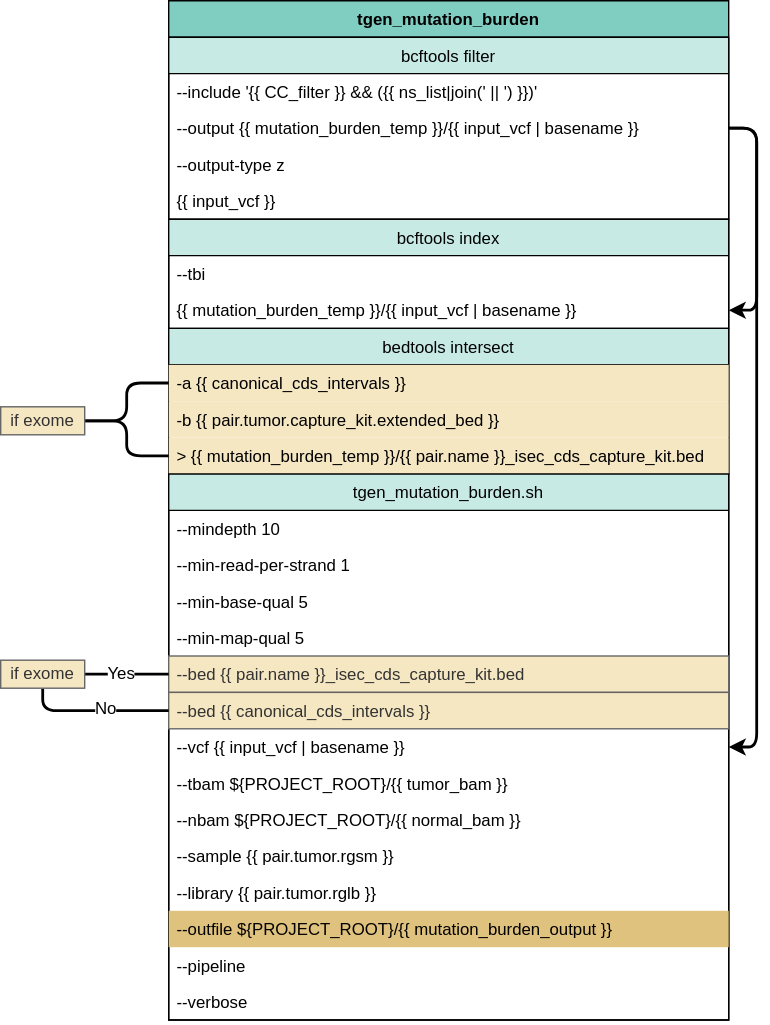
Above: docs/source/phoenix/workflows/embed/Metrics_mutation_burden.svg in bryce-turner/tgen-jetstream-docs (draw.io), before the change. Source tidied: cells renumbered, new cells last; positions are measured from the earlier drawing's top-left corner, leaving out a move shared by most shapes. The source it was exported from:
```xml
<mxGraphModel>
  <root>
    <mxCell id="0" />
    <mxCell id="1" parent="0" />
    <mxCell id="2" value="tgen_mutation_burden" style="swimlane;fontStyle=1;horizontal=1;startSize=26;fillColor=#80cdc1;direction=east;" parent="1" vertex="1">
      <mxGeometry x="120" width="400" height="728" as="geometry" />
    </mxCell>
    <mxCell id="3" value="bcftools filter" style="swimlane;fontStyle=0;horizontal=1;startSize=26;fillColor=#c7eae5;" parent="2" vertex="1">
      <mxGeometry y="26" width="400" height="130" as="geometry" />
    </mxCell>
    <mxCell id="4" value="--include '{{ CC_filter }} &amp;&amp; ({{ ns_list|join(' || ') }})'" style="text;strokeColor=none;fillColor=none;align=left;verticalAlign=top;spacingLeft=4;spacingRight=4;overflow=hidden;" parent="3" vertex="1">
      <mxGeometry y="26" width="400" height="26" as="geometry" />
    </mxCell>
    <mxCell id="5" value="--output {{ mutation_burden_temp }}/{{ input_vcf | basename }}" style="text;strokeColor=none;fillColor=none;align=left;verticalAlign=top;spacingLeft=4;spacingRight=4;overflow=hidden;points=[[0,0.5],[1,0.5]];portConstraint=eastwest;" parent="3" vertex="1">
      <mxGeometry y="52" width="400" height="26" as="geometry" />
    </mxCell>
    <mxCell id="6" value="--output-type z" style="text;strokeColor=none;fillColor=none;align=left;verticalAlign=top;spacingLeft=4;spacingRight=4;overflow=hidden;" parent="3" vertex="1">
      <mxGeometry y="78" width="400" height="26" as="geometry" />
    </mxCell>
    <mxCell id="7" value="{{ input_vcf }}" style="text;strokeColor=none;fillColor=none;align=left;verticalAlign=top;spacingLeft=4;spacingRight=4;overflow=hidden;points=[[0,0.5],[1,0.5]];portConstraint=eastwest;" parent="3" vertex="1">
      <mxGeometry y="104" width="400" height="26" as="geometry" />
    </mxCell>
    <mxCell id="8" value="bcftools index" style="swimlane;fontStyle=0;horizontal=1;startSize=26;fillColor=#c7eae5;" parent="2" vertex="1">
      <mxGeometry y="156" width="400" height="78" as="geometry" />
    </mxCell>
    <mxCell id="9" value="--tbi" style="text;strokeColor=none;fillColor=none;align=left;verticalAlign=top;spacingLeft=4;spacingRight=4;overflow=hidden;" parent="8" vertex="1">
      <mxGeometry y="26" width="400" height="26" as="geometry" />
    </mxCell>
    <mxCell id="10" value="{{ mutation_burden_temp }}/{{ input_vcf | basename }}" style="text;strokeColor=none;fillColor=none;align=left;verticalAlign=top;spacingLeft=4;spacingRight=4;overflow=hidden;points=[[0,0.5],[1,0.5]];portConstraint=eastwest;" parent="8" vertex="1">
      <mxGeometry y="52" width="400" height="26" as="geometry" />
    </mxCell>
    <mxCell id="11" value="bedtools intersect" style="swimlane;fontStyle=0;horizontal=1;startSize=26;fillColor=#c7eae5;" parent="2" vertex="1">
      <mxGeometry y="234" width="400" height="104" as="geometry" />
    </mxCell>
    <mxCell id="12" value="-a {{ canonical_cds_intervals }}" style="text;strokeColor=none;fillColor=#f6e7c3;align=left;verticalAlign=top;spacingLeft=4;spacingRight=4;overflow=hidden;points=[[0,0.5],[1,0.5]];portConstraint=eastwest;" parent="11" vertex="1">
      <mxGeometry y="26" width="400" height="26" as="geometry" />
    </mxCell>
    <mxCell id="13" value="-b {{ pair.tumor.capture_kit.extended_bed }}" style="text;strokeColor=none;fillColor=#f6e7c3;align=left;verticalAlign=top;spacingLeft=4;spacingRight=4;overflow=hidden;" parent="11" vertex="1">
      <mxGeometry y="52" width="400" height="26" as="geometry" />
    </mxCell>
    <mxCell id="14" value="&gt; {{ mutation_burden_temp }}/{{ pair.name }}_isec_cds_capture_kit.bed" style="text;strokeColor=none;fillColor=#f6e7c3;align=left;verticalAlign=top;spacingLeft=4;spacingRight=4;overflow=hidden;points=[[0,0.5],[1,0.5]];portConstraint=eastwest;" parent="11" vertex="1">
      <mxGeometry y="78" width="400" height="26" as="geometry" />
    </mxCell>
    <mxCell id="15" value="tgen_mutation_burden.sh" style="swimlane;fontStyle=0;horizontal=1;startSize=26;fillColor=#c7eae5;" parent="2" vertex="1">
      <mxGeometry y="338" width="400" height="390" as="geometry" />
    </mxCell>
    <mxCell id="16" value="--mindepth 10" style="text;strokeColor=none;fillColor=none;align=left;verticalAlign=top;spacingLeft=4;spacingRight=4;overflow=hidden;" parent="15" vertex="1">
      <mxGeometry y="26" width="400" height="26" as="geometry" />
    </mxCell>
    <mxCell id="17" value="--min-read-per-strand 1" style="text;strokeColor=none;fillColor=none;align=left;verticalAlign=top;spacingLeft=4;spacingRight=4;overflow=hidden;" parent="15" vertex="1">
      <mxGeometry y="52" width="400" height="26" as="geometry" />
    </mxCell>
    <mxCell id="18" value="--min-base-qual 5" style="text;strokeColor=none;fillColor=none;align=left;verticalAlign=top;spacingLeft=4;spacingRight=4;overflow=hidden;" parent="15" vertex="1">
      <mxGeometry y="78" width="400" height="26" as="geometry" />
    </mxCell>
    <mxCell id="19" value="--min-map-qual 5" style="text;strokeColor=none;fillColor=none;align=left;verticalAlign=top;spacingLeft=4;spacingRight=4;overflow=hidden;" parent="15" vertex="1">
      <mxGeometry y="104" width="400" height="26" as="geometry" />
    </mxCell>
    <mxCell id="20" value="--bed {{ pair.name }}_isec_cds_capture_kit.bed" style="text;strokeColor=#666666;fillColor=#f6e7c3;align=left;verticalAlign=top;spacingLeft=4;spacingRight=4;overflow=hidden;points=[[0,0.5],[1,0.5]];portConstraint=eastwest;fontColor=#333333;" parent="15" vertex="1">
      <mxGeometry y="130" width="400" height="26" as="geometry" />
    </mxCell>
    <mxCell id="21" value="--bed {{ canonical_cds_intervals }}" style="text;strokeColor=#666666;fillColor=#f6e7c3;align=left;verticalAlign=top;spacingLeft=4;spacingRight=4;overflow=hidden;points=[[0,0.5],[1,0.5]];portConstraint=eastwest;fontColor=#333333;" parent="15" vertex="1">
      <mxGeometry y="156" width="400" height="26" as="geometry" />
    </mxCell>
    <mxCell id="22" value="--vcf {{ input_vcf | basename }}" style="text;strokeColor=none;fillColor=none;align=left;verticalAlign=top;spacingLeft=4;spacingRight=4;overflow=hidden;points=[[0,0.5],[1,0.5]];portConstraint=eastwest;" parent="15" vertex="1">
      <mxGeometry y="182" width="400" height="26" as="geometry" />
    </mxCell>
    <mxCell id="23" value="--tbam ${PROJECT_ROOT}/{{ tumor_bam }}" style="text;strokeColor=none;fillColor=none;align=left;verticalAlign=top;spacingLeft=4;spacingRight=4;overflow=hidden;" parent="15" vertex="1">
      <mxGeometry y="208" width="400" height="26" as="geometry" />
    </mxCell>
    <mxCell id="24" value="--nbam ${PROJECT_ROOT}/{{ normal_bam }}" style="text;strokeColor=none;fillColor=none;align=left;verticalAlign=top;spacingLeft=4;spacingRight=4;overflow=hidden;" parent="15" vertex="1">
      <mxGeometry y="234" width="400" height="26" as="geometry" />
    </mxCell>
    <mxCell id="25" value="--sample {{ pair.tumor.rgsm }}" style="text;strokeColor=none;fillColor=none;align=left;verticalAlign=top;spacingLeft=4;spacingRight=4;overflow=hidden;" parent="15" vertex="1">
      <mxGeometry y="260" width="400" height="26" as="geometry" />
    </mxCell>
    <mxCell id="26" value="--library {{ pair.tumor.rglb }}" style="text;strokeColor=none;fillColor=none;align=left;verticalAlign=top;spacingLeft=4;spacingRight=4;overflow=hidden;" parent="15" vertex="1">
      <mxGeometry y="286" width="400" height="26" as="geometry" />
    </mxCell>
    <mxCell id="27" value="--outfile ${PROJECT_ROOT}/{{ mutation_burden_output }}" style="text;strokeColor=none;fillColor=#dfc27d;align=left;verticalAlign=top;spacingLeft=4;spacingRight=4;overflow=hidden;" parent="15" vertex="1">
      <mxGeometry y="312" width="400" height="26" as="geometry" />
    </mxCell>
    <mxCell id="28" value="--pipeline" style="text;strokeColor=none;fillColor=none;align=left;verticalAlign=top;spacingLeft=4;spacingRight=4;overflow=hidden;" parent="15" vertex="1">
      <mxGeometry y="338" width="400" height="26" as="geometry" />
    </mxCell>
    <mxCell id="29" value="--verbose" style="text;strokeColor=none;fillColor=none;align=left;verticalAlign=top;spacingLeft=4;spacingRight=4;overflow=hidden;" parent="15" vertex="1">
      <mxGeometry y="364" width="400" height="26" as="geometry" />
    </mxCell>
    <mxCell id="30" style="edgeStyle=orthogonalEdgeStyle;rounded=0;orthogonalLoop=1;jettySize=auto;html=1;exitX=0;exitY=0.5;exitDx=0;exitDy=0;entryX=0;entryY=0.5;entryDx=0;entryDy=0;startArrow=none;startFill=0;endArrow=classic;endFill=1;" parent="2" edge="1">
      <mxGeometry relative="1" as="geometry">
        <mxPoint y="195" as="sourcePoint" />
      </mxGeometry>
    </mxCell>
    <mxCell id="31" style="edgeStyle=orthogonalEdgeStyle;rounded=1;jettySize=auto;html=1;exitX=1;exitY=0.5;exitDx=0;exitDy=0;startArrow=none;startFill=0;endArrow=classic;endFill=1;strokeWidth=2;" parent="2" edge="1" source="5" target="10">
      <mxGeometry relative="1" as="geometry" />
    </mxCell>
    <mxCell id="32" style="edgeStyle=orthogonalEdgeStyle;rounded=1;jettySize=auto;html=1;exitX=1;exitY=0.5;exitDx=0;exitDy=0;entryX=1;entryY=0.5;entryDx=0;entryDy=0;endArrow=classic;endFill=1;strokeWidth=2;" parent="2" edge="1" source="5" target="22">
      <mxGeometry relative="1" as="geometry" />
    </mxCell>
    <mxCell id="33" style="edgeStyle=orthogonalEdgeStyle;rounded=1;jettySize=auto;html=1;exitX=1;exitY=0.5;exitDx=0;exitDy=0;entryX=0;entryY=0.5;entryDx=0;entryDy=0;endArrow=none;endFill=0;strokeWidth=2;" parent="1" edge="1" source="35" target="12">
      <mxGeometry relative="1" as="geometry" />
    </mxCell>
    <mxCell id="34" style="edgeStyle=orthogonalEdgeStyle;rounded=1;jettySize=auto;html=1;exitX=1;exitY=0.5;exitDx=0;exitDy=0;entryX=0;entryY=0.5;entryDx=0;entryDy=0;endArrow=none;endFill=0;strokeWidth=2;" parent="1" edge="1" source="35" target="14">
      <mxGeometry relative="1" as="geometry" />
    </mxCell>
    <mxCell id="35" value="if exome" style="whiteSpace=wrap;html=1;fillColor=#f6e7c3;strokeColor=#666666;fontColor=#333333;" parent="1" vertex="1">
      <mxGeometry y="290" width="60" height="20" as="geometry" />
    </mxCell>
    <mxCell id="36" style="edgeStyle=orthogonalEdgeStyle;rounded=1;jettySize=auto;html=1;exitX=1;exitY=0.5;exitDx=0;exitDy=0;entryX=0;entryY=0.5;entryDx=0;entryDy=0;endArrow=none;endFill=0;strokeWidth=2;" parent="1" edge="1" source="40" target="20">
      <mxGeometry relative="1" as="geometry" />
    </mxCell>
    <mxCell id="37" value="Yes" style="edgeLabel;html=1;align=center;verticalAlign=middle;fontSize=12;" parent="36" vertex="1">
      <mxGeometry x="-0.17" y="1" relative="1" as="geometry" />
    </mxCell>
    <mxCell id="38" style="edgeStyle=orthogonalEdgeStyle;rounded=1;jettySize=auto;html=1;exitX=0.5;exitY=1;exitDx=0;exitDy=0;entryX=0;entryY=0.5;entryDx=0;entryDy=0;endArrow=none;endFill=0;strokeWidth=2;" parent="1" edge="1" source="40" target="21">
      <mxGeometry relative="1" as="geometry">
        <Array as="points">
          <mxPoint x="30" y="507" />
        </Array>
      </mxGeometry>
    </mxCell>
    <mxCell id="39" value="No" style="edgeLabel;html=1;align=center;verticalAlign=middle;fontSize=12;" parent="38" vertex="1">
      <mxGeometry x="0.13" y="2" relative="1" as="geometry" />
    </mxCell>
    <mxCell id="40" value="if exome" style="whiteSpace=wrap;html=1;fillColor=#f6e7c3;strokeColor=#666666;fontColor=#333333;" parent="1" vertex="1">
      <mxGeometry y="471" width="60" height="20" as="geometry" />
    </mxCell>
  </root>
</mxGraphModel>
```
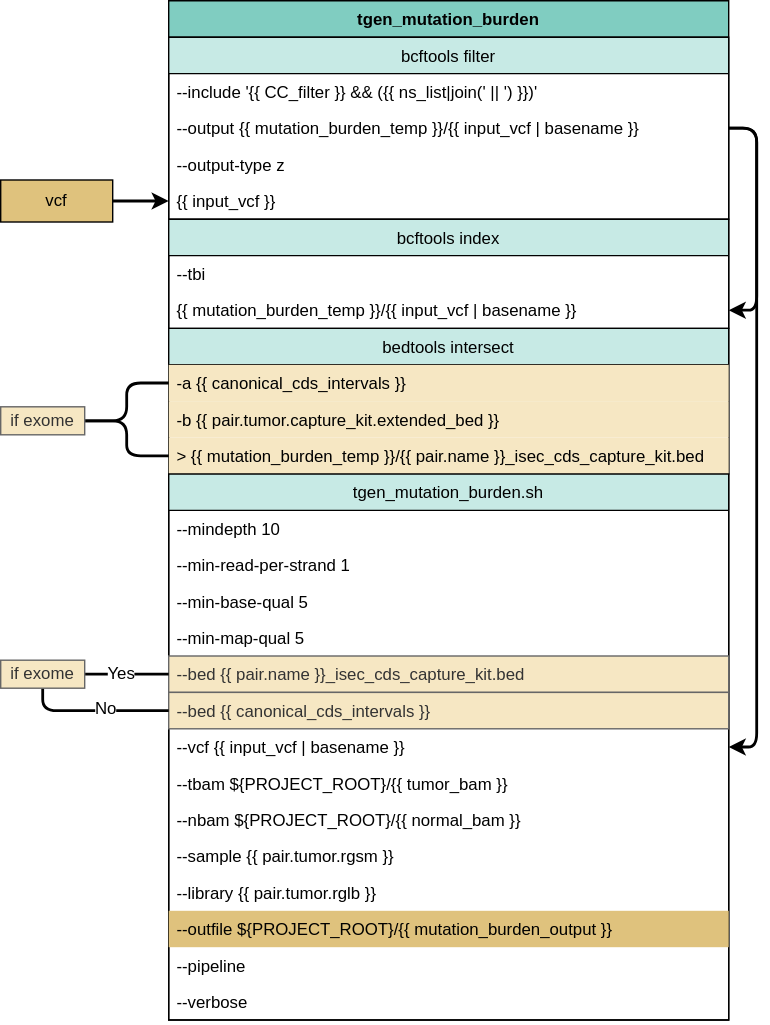
Later version of the same file.

What changed in the source:
```diff
@@ -125,5 +125,11 @@
     <mxCell id="40" value="if exome" style="whiteSpace=wrap;html=1;fillColor=#f6e7c3;strokeColor=#666666;fontColor=#333333;" parent="1" vertex="1">
       <mxGeometry y="471" width="60" height="20" as="geometry" />
     </mxCell>
+    <mxCell id="41" style="edgeStyle=orthogonalEdgeStyle;rounded=1;jettySize=auto;html=1;exitX=1;exitY=0.5;exitDx=0;exitDy=0;entryX=0;entryY=0.5;entryDx=0;entryDy=0;fontSize=12;endArrow=classic;endFill=1;strokeWidth=2;" parent="1" edge="1" source="42" target="7">
+      <mxGeometry relative="1" as="geometry" />
+    </mxCell>
+    <mxCell id="42" value="vcf" style="whiteSpace=wrap;html=1;fillColor=#dfc27d;" parent="1" vertex="1">
+      <mxGeometry y="128" width="80" height="30" as="geometry" />
+    </mxCell>
   </root>
 </mxGraphModel>
```
